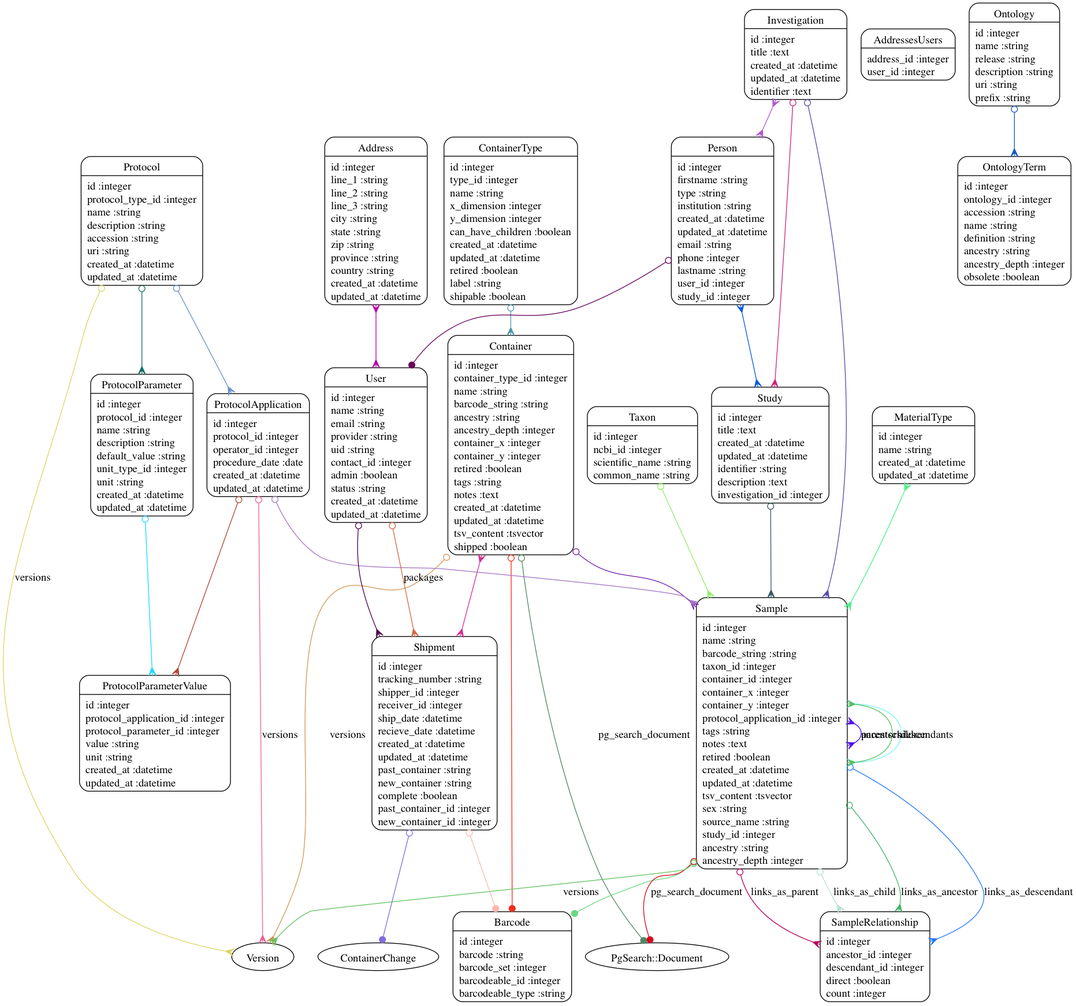
Before: models.png, a diagram exported from Graphviz (dimitras/collos). Its source is kept beside it as models.dot.
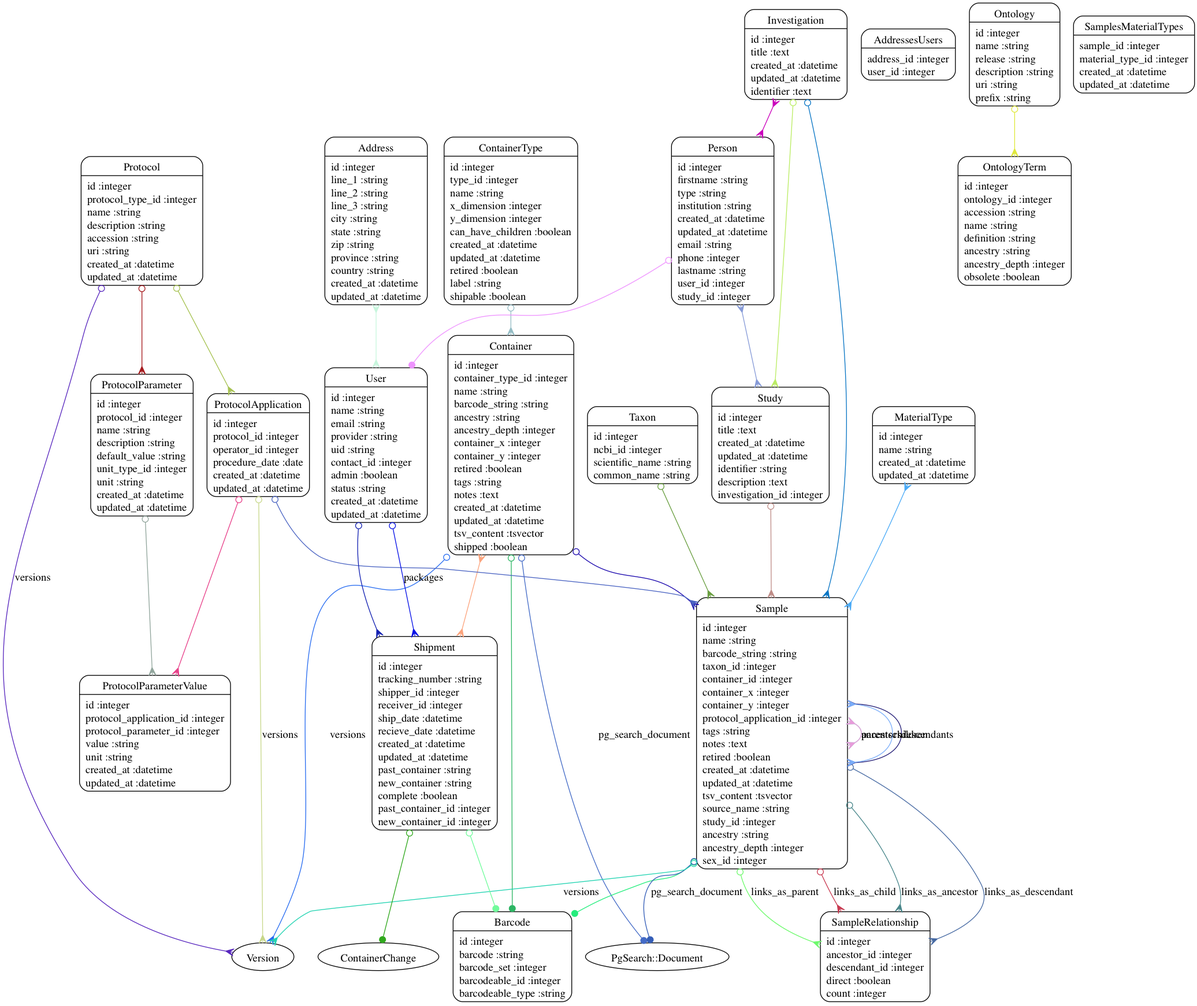
The same file after the commit.

What changed in the source:
```diff
@@ -14,48 +14,49 @@
 	"ProtocolApplication" [shape=Mrecord, label="{ProtocolApplication|id :integer\lprotocol_id :integer\loperator_id :integer\lprocedure_date :date\lcreated_at :datetime\lupdated_at :datetime\l}"]
 	"ProtocolParameter" [shape=Mrecord, label="{ProtocolParameter|id :integer\lprotocol_id :integer\lname :string\ldescription :string\ldefault_value :string\lunit_type_id :integer\lunit :string\lcreated_at :datetime\lupdated_at :datetime\l}"]
 	"ProtocolParameterValue" [shape=Mrecord, label="{ProtocolParameterValue|id :integer\lprotocol_application_id :integer\lprotocol_parameter_id :integer\lvalue :string\lunit :string\lcreated_at :datetime\lupdated_at :datetime\l}"]
-	"Sample" [shape=Mrecord, label="{Sample|id :integer\lname :string\lbarcode_string :string\ltaxon_id :integer\lcontainer_id :integer\lcontainer_x :integer\lcontainer_y :integer\lprotocol_application_id :integer\ltags :string\lnotes :text\lretired :boolean\lcreated_at :datetime\lupdated_at :datetime\ltsv_content :tsvector\lsex :string\lsource_name :string\lstudy_id :integer\lancestry :string\lancestry_depth :integer\l}"]
+	"Sample" [shape=Mrecord, label="{Sample|id :integer\lname :string\lbarcode_string :string\ltaxon_id :integer\lcontainer_id :integer\lcontainer_x :integer\lcontainer_y :integer\lprotocol_application_id :integer\ltags :string\lnotes :text\lretired :boolean\lcreated_at :datetime\lupdated_at :datetime\ltsv_content :tsvector\lsource_name :string\lstudy_id :integer\lancestry :string\lancestry_depth :integer\lsex_id :integer\l}"]
 	"SampleRelationship" [shape=Mrecord, label="{SampleRelationship|id :integer\lancestor_id :integer\ldescendant_id :integer\ldirect :boolean\lcount :integer\l}"]
+	"SamplesMaterialTypes" [shape=Mrecord, label="{SamplesMaterialTypes|sample_id :integer\lmaterial_type_id :integer\lcreated_at :datetime\lupdated_at :datetime\l}"]
 	"Shipment" [shape=Mrecord, label="{Shipment|id :integer\ltracking_number :string\lshipper_id :integer\lreceiver_id :integer\lship_date :datetime\lrecieve_date :datetime\lcreated_at :datetime\lupdated_at :datetime\lpast_container :string\lnew_container :string\lcomplete :boolean\lpast_container_id :integer\lnew_container_id :integer\l}"]
 	"Study" [shape=Mrecord, label="{Study|id :integer\ltitle :text\lcreated_at :datetime\lupdated_at :datetime\lidentifier :string\ldescription :text\linvestigation_id :integer\l}"]
 	"Taxon" [shape=Mrecord, label="{Taxon|id :integer\lncbi_id :integer\lscientific_name :string\lcommon_name :string\l}"]
 	"User" [shape=Mrecord, label="{User|id :integer\lname :string\lemail :string\lprovider :string\luid :string\lcontact_id :integer\ladmin :boolean\lstatus :string\lcreated_at :datetime\lupdated_at :datetime\l}"]
-	"Address" -> "User" [arrowtail=crow, arrowhead=crow, dir=both color="#B907A5"]
-	"Container" -> "Sample" [arrowtail=odot, arrowhead=crow, dir=both color="#741EAF"]
-	"Container" -> "Barcode" [arrowtail=odot, arrowhead=dot, dir=both color="#F22C1B"]
-	"Container" -> "Shipment" [arrowtail=crow, arrowhead=crow, dir=both color="#D23093"]
-	"Container" -> "Version" [label="versions", arrowtail=odot, arrowhead=crow, dir=both color="#CF9855"]
-	"Container" -> "PgSearch::Document" [label="pg_search_document", arrowtail=odot, arrowhead=dot, dir=both color="#518764"]
-	"ContainerType" -> "Container" [arrowtail=odot, arrowhead=crow, dir=both color="#5295AD"]
-	"Investigation" -> "Study" [arrowtail=odot, arrowhead=crow, dir=both color="#CE2777"]
-	"Investigation" -> "Sample" [arrowtail=odot, arrowhead=crow, dir=both color="#554AAB"]
-	"Investigation" -> "Person" [arrowtail=crow, arrowhead=crow, dir=both color="#B258CC"]
-	"MaterialType" -> "Sample" [arrowtail=crow, arrowhead=crow, dir=both color="#4AF285"]
-	"Ontology" -> "OntologyTerm" [arrowtail=odot, arrowhead=crow, dir=both color="#1259C0"]
-	"Person" -> "Study" [arrowtail=crow, arrowhead=crow, dir=both color="#095AE2"]
-	"Person" -> "User" [arrowtail=odot, arrowhead=dot, dir=both color="#67035A"]
-	"Protocol" -> "ProtocolApplication" [arrowtail=odot, arrowhead=crow, dir=both color="#688DCA"]
-	"Protocol" -> "ProtocolParameter" [arrowtail=odot, arrowhead=crow, dir=both color="#157062"]
-	"Protocol" -> "Version" [label="versions", arrowtail=odot, arrowhead=crow, dir=both color="#D8D665"]
-	"ProtocolApplication" -> "Sample" [arrowtail=odot, arrowhead=crow, dir=both color="#A475C5"]
-	"ProtocolApplication" -> "ProtocolParameterValue" [arrowtail=odot, arrowhead=crow, dir=both color="#B14634"]
-	"ProtocolApplication" -> "Version" [label="versions", arrowtail=odot, arrowhead=crow, dir=both color="#EF5F97"]
-	"ProtocolParameter" -> "ProtocolParameterValue" [arrowtail=odot, arrowhead=crow, dir=both color="#16DDFC"]
-	"Sample" -> "Barcode" [arrowtail=odot, arrowhead=dot, dir=both color="#69D881"]
-	"Sample" -> "SampleRelationship" [label="links_as_ancestor", arrowtail=odot, arrowhead=crow, dir=both color="#42B367"]
-	"Sample" -> "SampleRelationship" [label="links_as_descendant", arrowtail=odot, arrowhead=crow, dir=both color="#2378F8"]
-	"Sample" -> "Sample" [label="ancestors", arrowtail=crow, arrowhead=crow, dir=both color="#6FDCEF"]
-	"Sample" -> "Sample" [label="descendants", arrowtail=crow, arrowhead=crow, dir=both color="#77F4F2"]
-	"Sample" -> "SampleRelationship" [label="links_as_parent", arrowtail=odot, arrowhead=crow, dir=both color="#B4015B"]
-	"Sample" -> "SampleRelationship" [label="links_as_child", arrowtail=odot, arrowhead=crow, dir=both color="#B4E0CE"]
-	"Sample" -> "Sample" [label="parents", arrowtail=crow, arrowhead=crow, dir=both color="#5B0BEB"]
-	"Sample" -> "Sample" [label="children", arrowtail=crow, arrowhead=crow, dir=both color="#55BE62"]
-	"Sample" -> "PgSearch::Document" [label="pg_search_document", arrowtail=odot, arrowhead=dot, dir=both color="#D4091C"]
-	"Sample" -> "Version" [label="versions", arrowtail=odot, arrowhead=crow, dir=both color="#61C360"]
-	"Shipment" -> "Barcode" [arrowtail=odot, arrowhead=dot, dir=both color="#FBB7AF"]
-	"Shipment" -> "ContainerChange" [arrowtail=odot, arrowhead=dot, dir=both color="#826DDC"]
-	"Study" -> "Sample" [arrowtail=odot, arrowhead=crow, dir=both color="#305A62"]
-	"Taxon" -> "Sample" [arrowtail=odot, arrowhead=crow, dir=both color="#91ED67"]
-	"User" -> "Shipment" [arrowtail=odot, arrowhead=crow, dir=both color="#4B014D"]
-	"User" -> "Shipment" [label="packages", arrowtail=odot, arrowhead=crow, dir=both color="#D3683F"]
+	"Address" -> "User" [arrowtail=crow, arrowhead=crow, dir=both color="#C7F6DD"]
+	"Container" -> "Sample" [arrowtail=odot, arrowhead=crow, dir=both color="#1906AC"]
+	"Container" -> "Barcode" [arrowtail=odot, arrowhead=dot, dir=both color="#2CB563"]
+	"Container" -> "Shipment" [arrowtail=crow, arrowhead=crow, dir=both color="#FBA37C"]
+	"Container" -> "Version" [label="versions", arrowtail=odot, arrowhead=crow, dir=both color="#286CF0"]
+	"Container" -> "PgSearch::Document" [label="pg_search_document", arrowtail=odot, arrowhead=dot, dir=both color="#446BC6"]
+	"ContainerType" -> "Container" [arrowtail=odot, arrowhead=crow, dir=both color="#94BCC4"]
+	"Investigation" -> "Study" [arrowtail=odot, arrowhead=crow, dir=both color="#BAEC63"]
+	"Investigation" -> "Sample" [arrowtail=odot, arrowhead=crow, dir=both color="#0975C4"]
+	"Investigation" -> "Person" [arrowtail=crow, arrowhead=crow, dir=both color="#CA01BB"]
+	"MaterialType" -> "Sample" [arrowtail=crow, arrowhead=crow, dir=both color="#4AAAF6"]
+	"Ontology" -> "OntologyTerm" [arrowtail=odot, arrowhead=crow, dir=both color="#DFE83C"]
+	"Person" -> "Study" [arrowtail=crow, arrowhead=crow, dir=both color="#869AD7"]
+	"Person" -> "User" [arrowtail=odot, arrowhead=dot, dir=both color="#EE93FE"]
+	"Protocol" -> "ProtocolApplication" [arrowtail=odot, arrowhead=crow, dir=both color="#A5C150"]
+	"Protocol" -> "ProtocolParameter" [arrowtail=odot, arrowhead=crow, dir=both color="#A51A1D"]
+	"Protocol" -> "Version" [label="versions", arrowtail=odot, arrowhead=crow, dir=both color="#5827BE"]
+	"ProtocolApplication" -> "Sample" [arrowtail=odot, arrowhead=crow, dir=both color="#4B64C2"]
+	"ProtocolApplication" -> "ProtocolParameterValue" [arrowtail=odot, arrowhead=crow, dir=both color="#E74089"]
+	"ProtocolApplication" -> "Version" [label="versions", arrowtail=odot, arrowhead=crow, dir=both color="#C7D78A"]
+	"ProtocolParameter" -> "ProtocolParameterValue" [arrowtail=odot, arrowhead=crow, dir=both color="#91A59C"]
+	"Sample" -> "Barcode" [arrowtail=odot, arrowhead=dot, dir=both color="#25ED7D"]
+	"Sample" -> "SampleRelationship" [label="links_as_ancestor", arrowtail=odot, arrowhead=crow, dir=both color="#48868A"]
+	"Sample" -> "SampleRelationship" [label="links_as_descendant", arrowtail=odot, arrowhead=crow, dir=both color="#4669A2"]
+	"Sample" -> "Sample" [label="ancestors", arrowtail=crow, arrowhead=crow, dir=both color="#86DACA"]
+	"Sample" -> "Sample" [label="descendants", arrowtail=crow, arrowhead=crow, dir=both color="#241E76"]
+	"Sample" -> "SampleRelationship" [label="links_as_parent", arrowtail=odot, arrowhead=crow, dir=both color="#6DF96C"]
+	"Sample" -> "SampleRelationship" [label="links_as_child", arrowtail=odot, arrowhead=crow, dir=both color="#C83A51"]
+	"Sample" -> "Sample" [label="parents", arrowtail=crow, arrowhead=crow, dir=both color="#E89BDA"]
+	"Sample" -> "Sample" [label="children", arrowtail=crow, arrowhead=crow, dir=both color="#7AADF9"]
+	"Sample" -> "PgSearch::Document" [label="pg_search_document", arrowtail=odot, arrowhead=dot, dir=both color="#355EB7"]
+	"Sample" -> "Version" [label="versions", arrowtail=odot, arrowhead=crow, dir=both color="#22D3B1"]
+	"Shipment" -> "Barcode" [arrowtail=odot, arrowhead=dot, dir=both color="#70FB9B"]
+	"Shipment" -> "ContainerChange" [arrowtail=odot, arrowhead=dot, dir=both color="#30A81D"]
+	"Study" -> "Sample" [arrowtail=odot, arrowhead=crow, dir=both color="#BE8C87"]
+	"Taxon" -> "Sample" [arrowtail=odot, arrowhead=crow, dir=both color="#699E40"]
+	"User" -> "Shipment" [arrowtail=odot, arrowhead=crow, dir=both color="#1220B1"]
+	"User" -> "Shipment" [label="packages", arrowtail=odot, arrowhead=crow, dir=both color="#0610E6"]
 }
```
